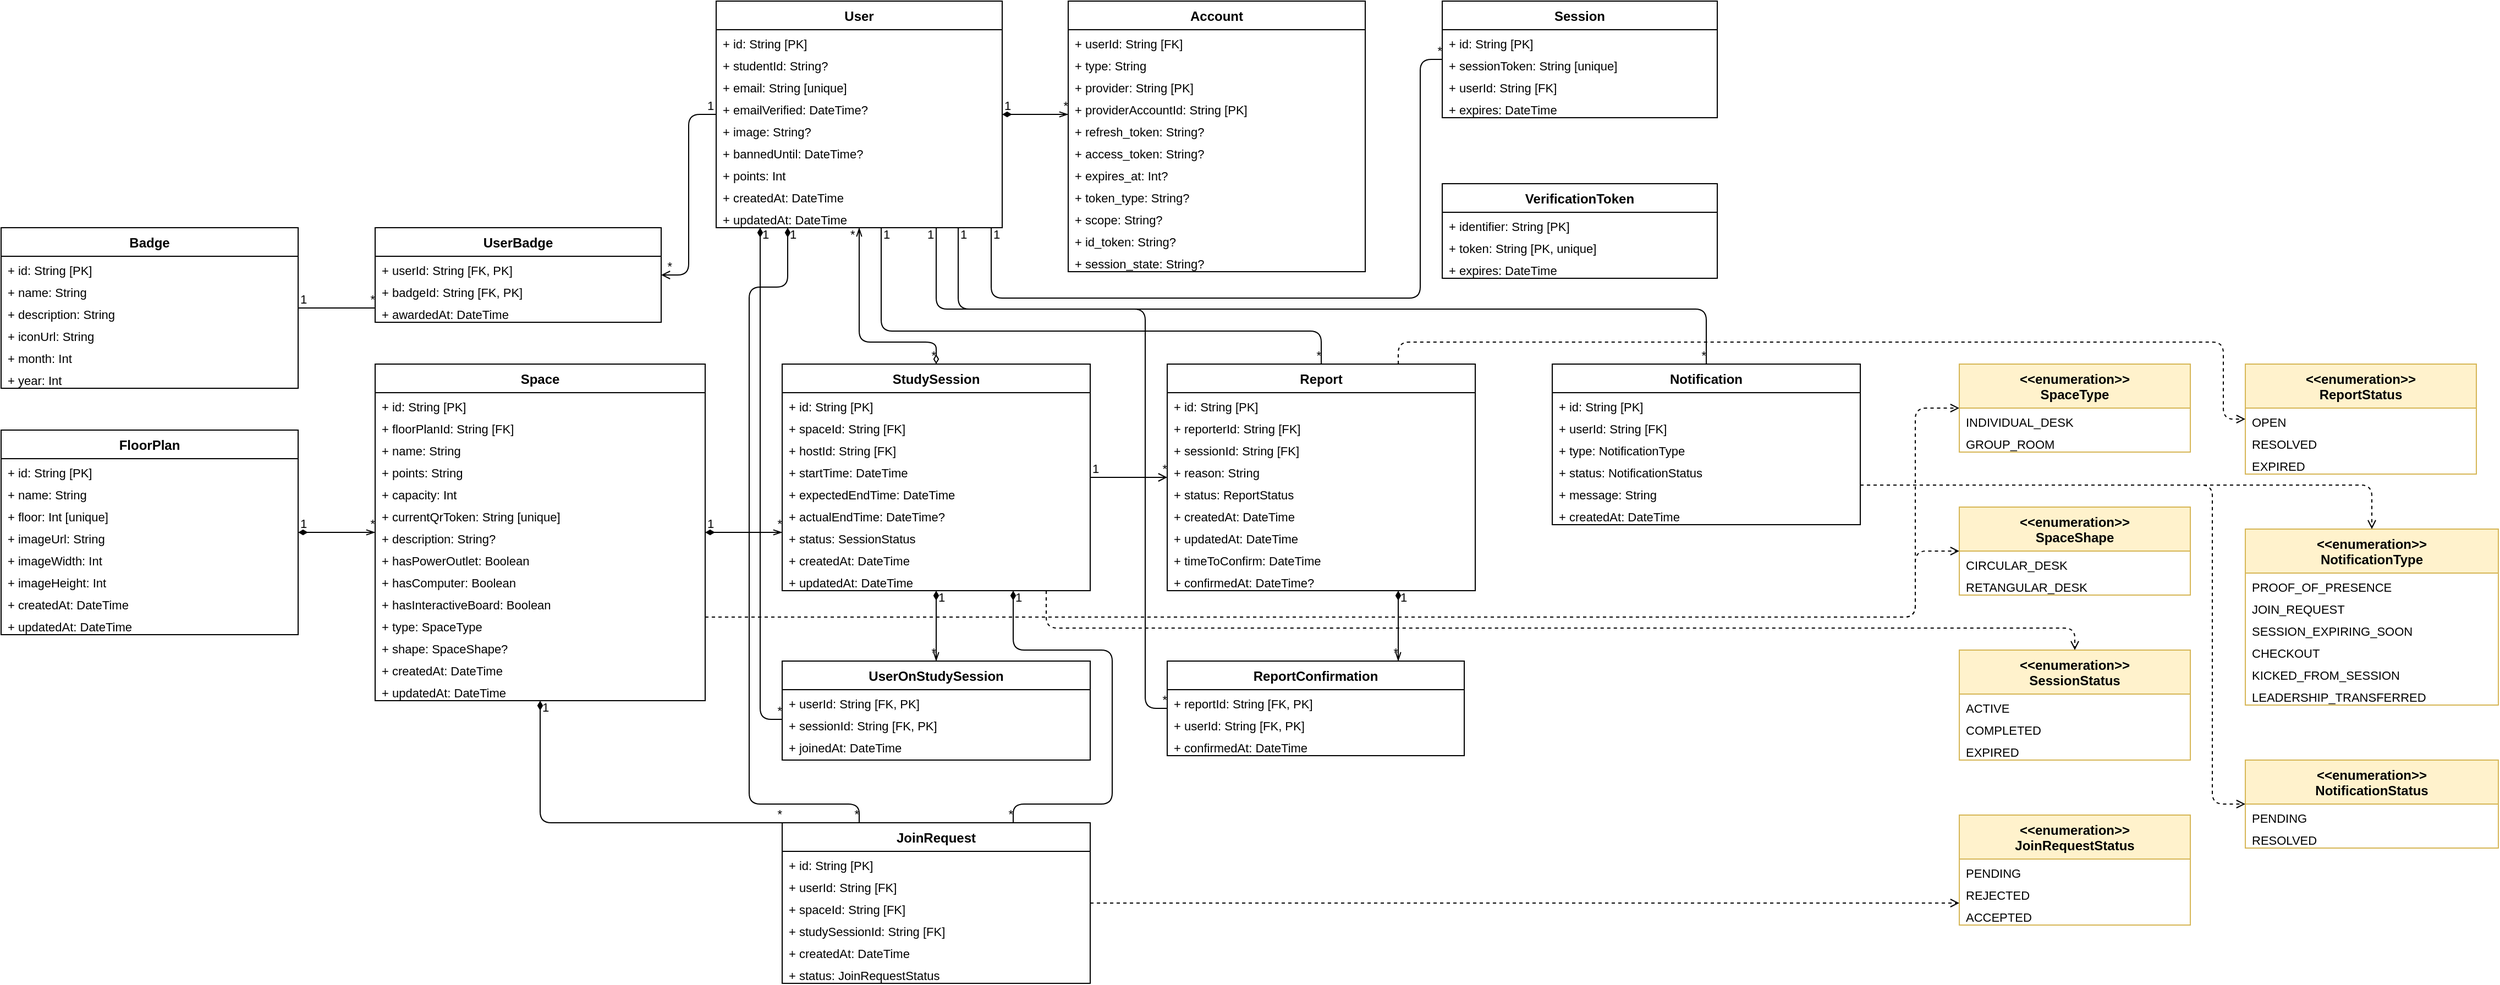
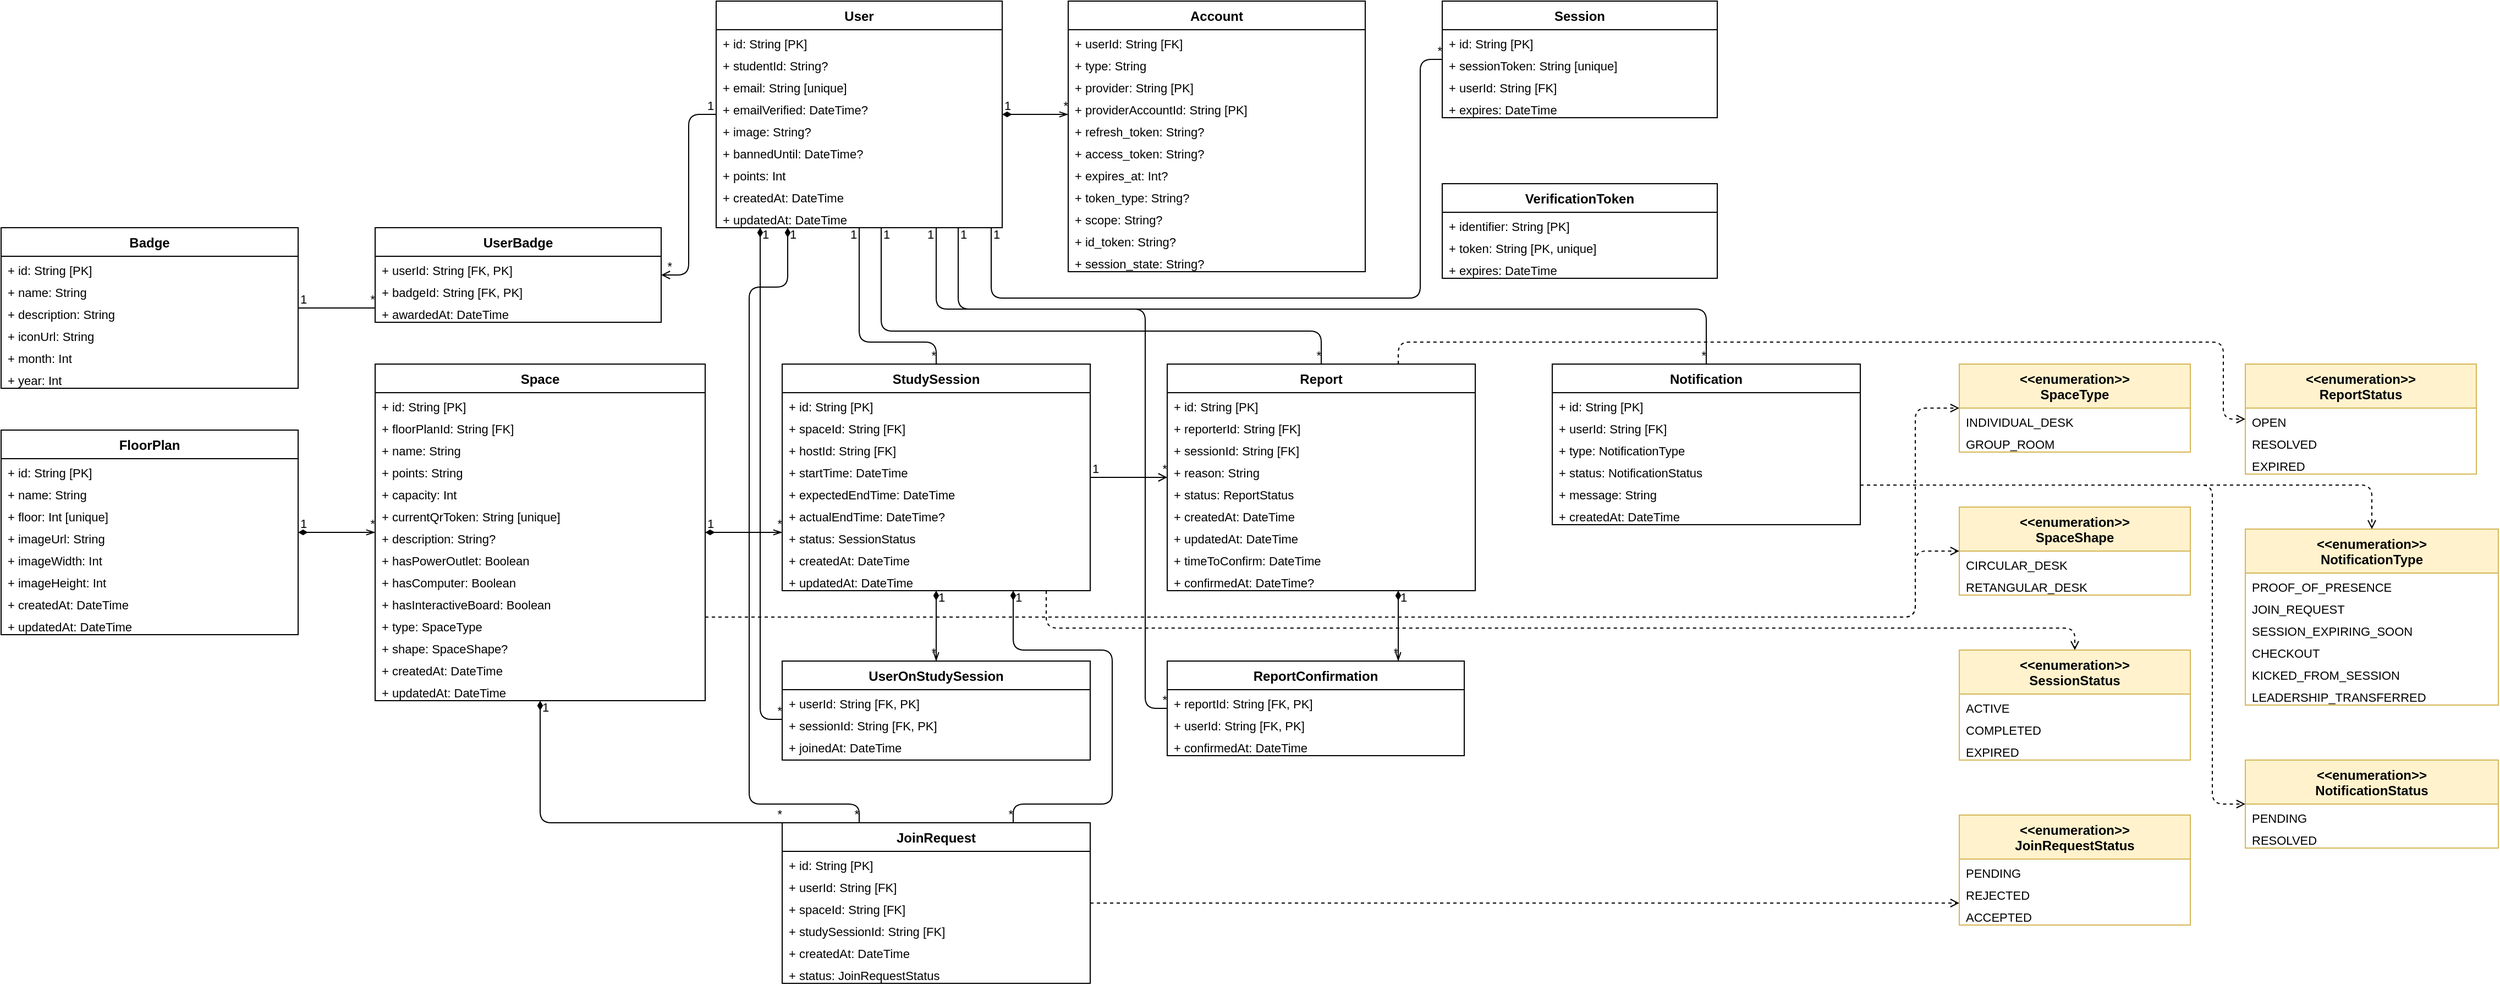
<mxfile host="65bd71144e">
    <diagram id="DdnBWMuHCvRa-rjZU-N_" name="Page-1">
-         <mxGraphModel dx="1468" dy="691" grid="1" gridSize="10" guides="1" tooltips="1" connect="1" arrows="1" fold="1" page="1" pageScale="1" pageWidth="2339" pageHeight="1654" math="0" shadow="0">
+         <mxGraphModel dx="1161" dy="576" grid="1" gridSize="10" guides="1" tooltips="1" connect="1" arrows="1" fold="1" page="1" pageScale="1" pageWidth="2339" pageHeight="1654" math="0" shadow="0">
            <root>
                <mxCell id="0"/>
                <mxCell id="1" parent="0"/>
                <mxCell id="768" value="User" style="swimlane;fontStyle=1;align=center;startSize=26;" parent="1" vertex="1">
                    <mxGeometry x="720" y="70" width="260" height="206" as="geometry"/>
                </mxCell>
                <mxCell id="769" value="+ id: String [PK]" style="text;strokeColor=none;fillColor=none;align=left;spacingLeft=4;fontSize=11;" parent="768" vertex="1">
                    <mxGeometry y="26" width="260" height="20" as="geometry"/>
                </mxCell>
                <mxCell id="770" value="+ studentId: String?" style="text;strokeColor=none;fillColor=none;align=left;spacingLeft=4;fontSize=11;" parent="768" vertex="1">
                    <mxGeometry y="46" width="260" height="20" as="geometry"/>
                </mxCell>
                <mxCell id="771" value="+ email: String [unique]" style="text;strokeColor=none;fillColor=none;align=left;spacingLeft=4;fontSize=11;" parent="768" vertex="1">
                    <mxGeometry y="66" width="260" height="20" as="geometry"/>
                </mxCell>
                <mxCell id="772" value="+ emailVerified: DateTime?" style="text;strokeColor=none;fillColor=none;align=left;spacingLeft=4;fontSize=11;" parent="768" vertex="1">
                    <mxGeometry y="86" width="260" height="20" as="geometry"/>
                </mxCell>
                <mxCell id="773" value="+ image: String?" style="text;strokeColor=none;fillColor=none;align=left;spacingLeft=4;fontSize=11;" parent="768" vertex="1">
                    <mxGeometry y="106" width="260" height="20" as="geometry"/>
                </mxCell>
                <mxCell id="774" value="+ bannedUntil: DateTime?" style="text;strokeColor=none;fillColor=none;align=left;spacingLeft=4;fontSize=11;" parent="768" vertex="1">
                    <mxGeometry y="126" width="260" height="20" as="geometry"/>
                </mxCell>
                <mxCell id="775" value="+ points: Int" style="text;strokeColor=none;fillColor=none;align=left;spacingLeft=4;fontSize=11;" parent="768" vertex="1">
                    <mxGeometry y="146" width="260" height="20" as="geometry"/>
                </mxCell>
                <mxCell id="776" value="+ createdAt: DateTime" style="text;strokeColor=none;fillColor=none;align=left;spacingLeft=4;fontSize=11;" parent="768" vertex="1">
                    <mxGeometry y="166" width="260" height="20" as="geometry"/>
                </mxCell>
                <mxCell id="777" value="+ updatedAt: DateTime" style="text;strokeColor=none;fillColor=none;align=left;spacingLeft=4;fontSize=11;" parent="768" vertex="1">
                    <mxGeometry y="186" width="260" height="20" as="geometry"/>
                </mxCell>
                <mxCell id="778" value="Account" style="swimlane;fontStyle=1;align=center;startSize=26;" parent="1" vertex="1">
                    <mxGeometry x="1040" y="70" width="270" height="246" as="geometry"/>
                </mxCell>
                <mxCell id="779" value="+ userId: String [FK]" style="text;strokeColor=none;fillColor=none;align=left;spacingLeft=4;fontSize=11;" parent="778" vertex="1">
                    <mxGeometry y="26" width="270" height="20" as="geometry"/>
                </mxCell>
                <mxCell id="780" value="+ type: String" style="text;strokeColor=none;fillColor=none;align=left;spacingLeft=4;fontSize=11;" parent="778" vertex="1">
                    <mxGeometry y="46" width="270" height="20" as="geometry"/>
                </mxCell>
                <mxCell id="781" value="+ provider: String [PK]" style="text;strokeColor=none;fillColor=none;align=left;spacingLeft=4;fontSize=11;" parent="778" vertex="1">
                    <mxGeometry y="66" width="270" height="20" as="geometry"/>
                </mxCell>
                <mxCell id="782" value="+ providerAccountId: String [PK]" style="text;strokeColor=none;fillColor=none;align=left;spacingLeft=4;fontSize=11;" parent="778" vertex="1">
                    <mxGeometry y="86" width="270" height="20" as="geometry"/>
                </mxCell>
                <mxCell id="783" value="+ refresh_token: String?" style="text;strokeColor=none;fillColor=none;align=left;spacingLeft=4;fontSize=11;" parent="778" vertex="1">
                    <mxGeometry y="106" width="270" height="20" as="geometry"/>
                </mxCell>
                <mxCell id="784" value="+ access_token: String?" style="text;strokeColor=none;fillColor=none;align=left;spacingLeft=4;fontSize=11;" parent="778" vertex="1">
                    <mxGeometry y="126" width="270" height="20" as="geometry"/>
                </mxCell>
                <mxCell id="785" value="+ expires_at: Int?" style="text;strokeColor=none;fillColor=none;align=left;spacingLeft=4;fontSize=11;" parent="778" vertex="1">
                    <mxGeometry y="146" width="270" height="20" as="geometry"/>
                </mxCell>
                <mxCell id="786" value="+ token_type: String?" style="text;strokeColor=none;fillColor=none;align=left;spacingLeft=4;fontSize=11;" parent="778" vertex="1">
                    <mxGeometry y="166" width="270" height="20" as="geometry"/>
                </mxCell>
                <mxCell id="787" value="+ scope: String?" style="text;strokeColor=none;fillColor=none;align=left;spacingLeft=4;fontSize=11;" parent="778" vertex="1">
                    <mxGeometry y="186" width="270" height="20" as="geometry"/>
                </mxCell>
                <mxCell id="788" value="+ id_token: String?" style="text;strokeColor=none;fillColor=none;align=left;spacingLeft=4;fontSize=11;" parent="778" vertex="1">
                    <mxGeometry y="206" width="270" height="20" as="geometry"/>
                </mxCell>
                <mxCell id="789" value="+ session_state: String?" style="text;strokeColor=none;fillColor=none;align=left;spacingLeft=4;fontSize=11;" parent="778" vertex="1">
                    <mxGeometry y="226" width="270" height="20" as="geometry"/>
                </mxCell>
                <mxCell id="790" value="Session" style="swimlane;fontStyle=1;align=center;startSize=26;" parent="1" vertex="1">
                    <mxGeometry x="1380" y="70" width="250" height="106" as="geometry"/>
                </mxCell>
                <mxCell id="791" value="+ id: String [PK]" style="text;strokeColor=none;fillColor=none;align=left;spacingLeft=4;fontSize=11;" parent="790" vertex="1">
                    <mxGeometry y="26" width="250" height="20" as="geometry"/>
                </mxCell>
                <mxCell id="792" value="+ sessionToken: String [unique]" style="text;strokeColor=none;fillColor=none;align=left;spacingLeft=4;fontSize=11;" parent="790" vertex="1">
                    <mxGeometry y="46" width="250" height="20" as="geometry"/>
                </mxCell>
                <mxCell id="793" value="+ userId: String [FK]" style="text;strokeColor=none;fillColor=none;align=left;spacingLeft=4;fontSize=11;" parent="790" vertex="1">
                    <mxGeometry y="66" width="250" height="20" as="geometry"/>
                </mxCell>
                <mxCell id="794" value="+ expires: DateTime" style="text;strokeColor=none;fillColor=none;align=left;spacingLeft=4;fontSize=11;" parent="790" vertex="1">
                    <mxGeometry y="86" width="250" height="20" as="geometry"/>
                </mxCell>
                <mxCell id="795" value="VerificationToken" style="swimlane;fontStyle=1;align=center;startSize=26;" parent="1" vertex="1">
                    <mxGeometry x="1380" y="236" width="250" height="86" as="geometry"/>
                </mxCell>
                <mxCell id="796" value="+ identifier: String [PK]" style="text;strokeColor=none;fillColor=none;align=left;spacingLeft=4;fontSize=11;" parent="795" vertex="1">
                    <mxGeometry y="26" width="250" height="20" as="geometry"/>
                </mxCell>
                <mxCell id="797" value="+ token: String [PK, unique]" style="text;strokeColor=none;fillColor=none;align=left;spacingLeft=4;fontSize=11;" parent="795" vertex="1">
                    <mxGeometry y="46" width="250" height="20" as="geometry"/>
                </mxCell>
                <mxCell id="798" value="+ expires: DateTime" style="text;strokeColor=none;fillColor=none;align=left;spacingLeft=4;fontSize=11;" parent="795" vertex="1">
                    <mxGeometry y="66" width="250" height="20" as="geometry"/>
                </mxCell>
                <mxCell id="799" value="FloorPlan" style="swimlane;fontStyle=1;align=center;startSize=26;" parent="1" vertex="1">
                    <mxGeometry x="70" y="460" width="270" height="186" as="geometry"/>
                </mxCell>
                <mxCell id="800" value="+ id: String [PK]" style="text;strokeColor=none;fillColor=none;align=left;spacingLeft=4;fontSize=11;" parent="799" vertex="1">
                    <mxGeometry y="26" width="270" height="20" as="geometry"/>
                </mxCell>
                <mxCell id="801" value="+ name: String" style="text;strokeColor=none;fillColor=none;align=left;spacingLeft=4;fontSize=11;" parent="799" vertex="1">
                    <mxGeometry y="46" width="270" height="20" as="geometry"/>
                </mxCell>
                <mxCell id="802" value="+ floor: Int [unique]" style="text;strokeColor=none;fillColor=none;align=left;spacingLeft=4;fontSize=11;" parent="799" vertex="1">
                    <mxGeometry y="66" width="270" height="20" as="geometry"/>
                </mxCell>
                <mxCell id="803" value="+ imageUrl: String" style="text;strokeColor=none;fillColor=none;align=left;spacingLeft=4;fontSize=11;" parent="799" vertex="1">
                    <mxGeometry y="86" width="270" height="20" as="geometry"/>
                </mxCell>
                <mxCell id="804" value="+ imageWidth: Int" style="text;strokeColor=none;fillColor=none;align=left;spacingLeft=4;fontSize=11;" parent="799" vertex="1">
                    <mxGeometry y="106" width="270" height="20" as="geometry"/>
                </mxCell>
                <mxCell id="805" value="+ imageHeight: Int" style="text;strokeColor=none;fillColor=none;align=left;spacingLeft=4;fontSize=11;" parent="799" vertex="1">
                    <mxGeometry y="126" width="270" height="20" as="geometry"/>
                </mxCell>
                <mxCell id="806" value="+ createdAt: DateTime" style="text;strokeColor=none;fillColor=none;align=left;spacingLeft=4;fontSize=11;" parent="799" vertex="1">
                    <mxGeometry y="146" width="270" height="20" as="geometry"/>
                </mxCell>
                <mxCell id="807" value="+ updatedAt: DateTime" style="text;strokeColor=none;fillColor=none;align=left;spacingLeft=4;fontSize=11;" parent="799" vertex="1">
                    <mxGeometry y="166" width="270" height="20" as="geometry"/>
                </mxCell>
                <mxCell id="808" value="Space" style="swimlane;fontStyle=1;align=center;startSize=26;" parent="1" vertex="1">
                    <mxGeometry x="410" y="400" width="300" height="306" as="geometry"/>
                </mxCell>
                <mxCell id="809" value="+ id: String [PK]" style="text;strokeColor=none;fillColor=none;align=left;spacingLeft=4;fontSize=11;" parent="808" vertex="1">
                    <mxGeometry y="26" width="300" height="20" as="geometry"/>
                </mxCell>
                <mxCell id="810" value="+ floorPlanId: String [FK]" style="text;strokeColor=none;fillColor=none;align=left;spacingLeft=4;fontSize=11;" parent="808" vertex="1">
                    <mxGeometry y="46" width="300" height="20" as="geometry"/>
                </mxCell>
                <mxCell id="811" value="+ name: String" style="text;strokeColor=none;fillColor=none;align=left;spacingLeft=4;fontSize=11;" parent="808" vertex="1">
                    <mxGeometry y="66" width="300" height="20" as="geometry"/>
                </mxCell>
                <mxCell id="812" value="+ points: String" style="text;strokeColor=none;fillColor=none;align=left;spacingLeft=4;fontSize=11;" parent="808" vertex="1">
                    <mxGeometry y="86" width="300" height="20" as="geometry"/>
                </mxCell>
                <mxCell id="813" value="+ capacity: Int" style="text;strokeColor=none;fillColor=none;align=left;spacingLeft=4;fontSize=11;" parent="808" vertex="1">
                    <mxGeometry y="106" width="300" height="20" as="geometry"/>
                </mxCell>
                <mxCell id="814" value="+ currentQrToken: String [unique]" style="text;strokeColor=none;fillColor=none;align=left;spacingLeft=4;fontSize=11;" parent="808" vertex="1">
                    <mxGeometry y="126" width="300" height="20" as="geometry"/>
                </mxCell>
                <mxCell id="815" value="+ description: String?" style="text;strokeColor=none;fillColor=none;align=left;spacingLeft=4;fontSize=11;" parent="808" vertex="1">
                    <mxGeometry y="146" width="300" height="20" as="geometry"/>
                </mxCell>
                <mxCell id="816" value="+ hasPowerOutlet: Boolean" style="text;strokeColor=none;fillColor=none;align=left;spacingLeft=4;fontSize=11;" parent="808" vertex="1">
                    <mxGeometry y="166" width="300" height="20" as="geometry"/>
                </mxCell>
                <mxCell id="817" value="+ hasComputer: Boolean" style="text;strokeColor=none;fillColor=none;align=left;spacingLeft=4;fontSize=11;" parent="808" vertex="1">
                    <mxGeometry y="186" width="300" height="20" as="geometry"/>
                </mxCell>
                <mxCell id="818" value="+ hasInteractiveBoard: Boolean" style="text;strokeColor=none;fillColor=none;align=left;spacingLeft=4;fontSize=11;" parent="808" vertex="1">
                    <mxGeometry y="206" width="300" height="20" as="geometry"/>
                </mxCell>
                <mxCell id="819" value="+ type: SpaceType" style="text;strokeColor=none;fillColor=none;align=left;spacingLeft=4;fontSize=11;" parent="808" vertex="1">
                    <mxGeometry y="226" width="300" height="20" as="geometry"/>
                </mxCell>
                <mxCell id="820" value="+ shape: SpaceShape?" style="text;strokeColor=none;fillColor=none;align=left;spacingLeft=4;fontSize=11;" parent="808" vertex="1">
                    <mxGeometry y="246" width="300" height="20" as="geometry"/>
                </mxCell>
                <mxCell id="821" value="+ createdAt: DateTime" style="text;strokeColor=none;fillColor=none;align=left;spacingLeft=4;fontSize=11;" parent="808" vertex="1">
                    <mxGeometry y="266" width="300" height="20" as="geometry"/>
                </mxCell>
                <mxCell id="822" value="+ updatedAt: DateTime" style="text;strokeColor=none;fillColor=none;align=left;spacingLeft=4;fontSize=11;" parent="808" vertex="1">
                    <mxGeometry y="286" width="300" height="20" as="geometry"/>
                </mxCell>
                <mxCell id="823" value="StudySession" style="swimlane;fontStyle=1;align=center;startSize=26;" parent="1" vertex="1">
                    <mxGeometry x="780" y="400" width="280" height="206" as="geometry"/>
                </mxCell>
                <mxCell id="824" value="+ id: String [PK]" style="text;strokeColor=none;fillColor=none;align=left;spacingLeft=4;fontSize=11;" parent="823" vertex="1">
                    <mxGeometry y="26" width="280" height="20" as="geometry"/>
                </mxCell>
                <mxCell id="825" value="+ spaceId: String [FK]" style="text;strokeColor=none;fillColor=none;align=left;spacingLeft=4;fontSize=11;" parent="823" vertex="1">
                    <mxGeometry y="46" width="280" height="20" as="geometry"/>
                </mxCell>
                <mxCell id="826" value="+ hostId: String [FK]" style="text;strokeColor=none;fillColor=none;align=left;spacingLeft=4;fontSize=11;" parent="823" vertex="1">
                    <mxGeometry y="66" width="280" height="20" as="geometry"/>
                </mxCell>
                <mxCell id="827" value="+ startTime: DateTime" style="text;strokeColor=none;fillColor=none;align=left;spacingLeft=4;fontSize=11;" parent="823" vertex="1">
                    <mxGeometry y="86" width="280" height="20" as="geometry"/>
                </mxCell>
                <mxCell id="828" value="+ expectedEndTime: DateTime" style="text;strokeColor=none;fillColor=none;align=left;spacingLeft=4;fontSize=11;" parent="823" vertex="1">
                    <mxGeometry y="106" width="280" height="20" as="geometry"/>
                </mxCell>
                <mxCell id="829" value="+ actualEndTime: DateTime?" style="text;strokeColor=none;fillColor=none;align=left;spacingLeft=4;fontSize=11;" parent="823" vertex="1">
                    <mxGeometry y="126" width="280" height="20" as="geometry"/>
                </mxCell>
                <mxCell id="830" value="+ status: SessionStatus" style="text;strokeColor=none;fillColor=none;align=left;spacingLeft=4;fontSize=11;" parent="823" vertex="1">
                    <mxGeometry y="146" width="280" height="20" as="geometry"/>
                </mxCell>
                <mxCell id="831" value="+ createdAt: DateTime" style="text;strokeColor=none;fillColor=none;align=left;spacingLeft=4;fontSize=11;" parent="823" vertex="1">
                    <mxGeometry y="166" width="280" height="20" as="geometry"/>
                </mxCell>
                <mxCell id="832" value="+ updatedAt: DateTime" style="text;strokeColor=none;fillColor=none;align=left;spacingLeft=4;fontSize=11;" parent="823" vertex="1">
                    <mxGeometry y="186" width="280" height="20" as="geometry"/>
                </mxCell>
                <mxCell id="833" value="UserOnStudySession" style="swimlane;fontStyle=1;align=center;startSize=26;" parent="1" vertex="1">
                    <mxGeometry x="780" y="670" width="280" height="90" as="geometry"/>
                </mxCell>
                <mxCell id="834" value="+ userId: String [FK, PK]" style="text;strokeColor=none;fillColor=none;align=left;spacingLeft=4;fontSize=11;" parent="833" vertex="1">
                    <mxGeometry y="26" width="280" height="20" as="geometry"/>
                </mxCell>
                <mxCell id="835" value="+ sessionId: String [FK, PK]" style="text;strokeColor=none;fillColor=none;align=left;spacingLeft=4;fontSize=11;" parent="833" vertex="1">
                    <mxGeometry y="46" width="280" height="20" as="geometry"/>
                </mxCell>
                <mxCell id="837" value="+ joinedAt: DateTime" style="text;strokeColor=none;fillColor=none;align=left;spacingLeft=4;fontSize=11;" parent="833" vertex="1">
                    <mxGeometry y="66" width="280" height="20" as="geometry"/>
                </mxCell>
                <mxCell id="838" value="Report" style="swimlane;fontStyle=1;align=center;startSize=26;" parent="1" vertex="1">
                    <mxGeometry x="1130" y="400" width="280" height="206" as="geometry"/>
                </mxCell>
                <mxCell id="839" value="+ id: String [PK]" style="text;strokeColor=none;fillColor=none;align=left;spacingLeft=4;fontSize=11;" parent="838" vertex="1">
                    <mxGeometry y="26" width="280" height="20" as="geometry"/>
                </mxCell>
                <mxCell id="840" value="+ reporterId: String [FK]" style="text;strokeColor=none;fillColor=none;align=left;spacingLeft=4;fontSize=11;" parent="838" vertex="1">
                    <mxGeometry y="46" width="280" height="20" as="geometry"/>
                </mxCell>
                <mxCell id="841" value="+ sessionId: String [FK]" style="text;strokeColor=none;fillColor=none;align=left;spacingLeft=4;fontSize=11;" parent="838" vertex="1">
                    <mxGeometry y="66" width="280" height="20" as="geometry"/>
                </mxCell>
                <mxCell id="842" value="+ reason: String" style="text;strokeColor=none;fillColor=none;align=left;spacingLeft=4;fontSize=11;" parent="838" vertex="1">
                    <mxGeometry y="86" width="280" height="20" as="geometry"/>
                </mxCell>
                <mxCell id="843" value="+ status: ReportStatus" style="text;strokeColor=none;fillColor=none;align=left;spacingLeft=4;fontSize=11;" parent="838" vertex="1">
                    <mxGeometry y="106" width="280" height="20" as="geometry"/>
                </mxCell>
                <mxCell id="844" value="+ createdAt: DateTime" style="text;strokeColor=none;fillColor=none;align=left;spacingLeft=4;fontSize=11;" parent="838" vertex="1">
                    <mxGeometry y="126" width="280" height="20" as="geometry"/>
                </mxCell>
                <mxCell id="845" value="+ updatedAt: DateTime" style="text;strokeColor=none;fillColor=none;align=left;spacingLeft=4;fontSize=11;" parent="838" vertex="1">
                    <mxGeometry y="146" width="280" height="20" as="geometry"/>
                </mxCell>
                <mxCell id="846" value="+ timeToConfirm: DateTime" style="text;strokeColor=none;fillColor=none;align=left;spacingLeft=4;fontSize=11;" parent="838" vertex="1">
                    <mxGeometry y="166" width="280" height="20" as="geometry"/>
                </mxCell>
                <mxCell id="847" value="+ confirmedAt: DateTime?" style="text;strokeColor=none;fillColor=none;align=left;spacingLeft=4;fontSize=11;" parent="838" vertex="1">
                    <mxGeometry y="186" width="280" height="20" as="geometry"/>
                </mxCell>
                <mxCell id="848" value="ReportConfirmation" style="swimlane;fontStyle=1;align=center;startSize=26;" parent="1" vertex="1">
                    <mxGeometry x="1130" y="670" width="270" height="86" as="geometry"/>
                </mxCell>
                <mxCell id="849" value="+ reportId: String [FK, PK]" style="text;strokeColor=none;fillColor=none;align=left;spacingLeft=4;fontSize=11;" parent="848" vertex="1">
                    <mxGeometry y="26" width="270" height="20" as="geometry"/>
                </mxCell>
                <mxCell id="850" value="+ userId: String [FK, PK]" style="text;strokeColor=none;fillColor=none;align=left;spacingLeft=4;fontSize=11;" parent="848" vertex="1">
                    <mxGeometry y="46" width="270" height="20" as="geometry"/>
                </mxCell>
                <mxCell id="851" value="+ confirmedAt: DateTime" style="text;strokeColor=none;fillColor=none;align=left;spacingLeft=4;fontSize=11;" parent="848" vertex="1">
                    <mxGeometry y="66" width="270" height="20" as="geometry"/>
                </mxCell>
                <mxCell id="852" value="Notification" style="swimlane;fontStyle=1;align=center;startSize=26;" parent="1" vertex="1">
                    <mxGeometry x="1480" y="400" width="280" height="146" as="geometry"/>
                </mxCell>
                <mxCell id="853" value="+ id: String [PK]" style="text;strokeColor=none;fillColor=none;align=left;spacingLeft=4;fontSize=11;" parent="852" vertex="1">
                    <mxGeometry y="26" width="280" height="20" as="geometry"/>
                </mxCell>
                <mxCell id="854" value="+ userId: String [FK]" style="text;strokeColor=none;fillColor=none;align=left;spacingLeft=4;fontSize=11;" parent="852" vertex="1">
                    <mxGeometry y="46" width="280" height="20" as="geometry"/>
                </mxCell>
                <mxCell id="855" value="+ type: NotificationType" style="text;strokeColor=none;fillColor=none;align=left;spacingLeft=4;fontSize=11;" parent="852" vertex="1">
                    <mxGeometry y="66" width="280" height="20" as="geometry"/>
                </mxCell>
                <mxCell id="856" value="+ status: NotificationStatus" style="text;strokeColor=none;fillColor=none;align=left;spacingLeft=4;fontSize=11;" parent="852" vertex="1">
                    <mxGeometry y="86" width="280" height="20" as="geometry"/>
                </mxCell>
                <mxCell id="857" value="+ message: String" style="text;strokeColor=none;fillColor=none;align=left;spacingLeft=4;fontSize=11;" parent="852" vertex="1">
                    <mxGeometry y="106" width="280" height="20" as="geometry"/>
                </mxCell>
                <mxCell id="858" value="+ createdAt: DateTime" style="text;strokeColor=none;fillColor=none;align=left;spacingLeft=4;fontSize=11;" parent="852" vertex="1">
                    <mxGeometry y="126" width="280" height="20" as="geometry"/>
                </mxCell>
                <mxCell id="859" value="Badge" style="swimlane;fontStyle=1;align=center;startSize=26;" parent="1" vertex="1">
                    <mxGeometry x="70" y="276" width="270" height="146" as="geometry"/>
                </mxCell>
                <mxCell id="860" value="+ id: String [PK]" style="text;strokeColor=none;fillColor=none;align=left;spacingLeft=4;fontSize=11;" parent="859" vertex="1">
                    <mxGeometry y="26" width="270" height="20" as="geometry"/>
                </mxCell>
                <mxCell id="861" value="+ name: String" style="text;strokeColor=none;fillColor=none;align=left;spacingLeft=4;fontSize=11;" parent="859" vertex="1">
                    <mxGeometry y="46" width="270" height="20" as="geometry"/>
                </mxCell>
                <mxCell id="862" value="+ description: String" style="text;strokeColor=none;fillColor=none;align=left;spacingLeft=4;fontSize=11;" parent="859" vertex="1">
                    <mxGeometry y="66" width="270" height="20" as="geometry"/>
                </mxCell>
                <mxCell id="863" value="+ iconUrl: String" style="text;strokeColor=none;fillColor=none;align=left;spacingLeft=4;fontSize=11;" parent="859" vertex="1">
                    <mxGeometry y="86" width="270" height="20" as="geometry"/>
                </mxCell>
                <mxCell id="864" value="+ month: Int" style="text;strokeColor=none;fillColor=none;align=left;spacingLeft=4;fontSize=11;" parent="859" vertex="1">
                    <mxGeometry y="106" width="270" height="20" as="geometry"/>
                </mxCell>
                <mxCell id="865" value="+ year: Int" style="text;strokeColor=none;fillColor=none;align=left;spacingLeft=4;fontSize=11;" parent="859" vertex="1">
                    <mxGeometry y="126" width="270" height="20" as="geometry"/>
                </mxCell>
                <mxCell id="866" value="UserBadge" style="swimlane;fontStyle=1;align=center;startSize=26;" parent="1" vertex="1">
                    <mxGeometry x="410" y="276" width="260" height="86" as="geometry"/>
                </mxCell>
                <mxCell id="867" value="+ userId: String [FK, PK]" style="text;strokeColor=none;fillColor=none;align=left;spacingLeft=4;fontSize=11;" parent="866" vertex="1">
                    <mxGeometry y="26" width="260" height="20" as="geometry"/>
                </mxCell>
                <mxCell id="868" value="+ badgeId: String [FK, PK]" style="text;strokeColor=none;fillColor=none;align=left;spacingLeft=4;fontSize=11;" parent="866" vertex="1">
                    <mxGeometry y="46" width="260" height="20" as="geometry"/>
                </mxCell>
                <mxCell id="869" value="+ awardedAt: DateTime" style="text;strokeColor=none;fillColor=none;align=left;spacingLeft=4;fontSize=11;" parent="866" vertex="1">
                    <mxGeometry y="66" width="260" height="20" as="geometry"/>
                </mxCell>
                <mxCell id="870" value="&lt;&lt;enumeration&gt;&gt;&#xa;SpaceType" style="swimlane;fontStyle=1;align=center;startSize=40;fillColor=#fff2cc;strokeColor=#d6b656;" parent="1" vertex="1">
                    <mxGeometry x="1850" y="400" width="210" height="80" as="geometry"/>
                </mxCell>
                <mxCell id="871" value="INDIVIDUAL_DESK" style="text;strokeColor=none;fillColor=none;align=left;spacingLeft=4;fontSize=11;" parent="870" vertex="1">
                    <mxGeometry y="40" width="210" height="20" as="geometry"/>
                </mxCell>
                <mxCell id="872" value="GROUP_ROOM" style="text;strokeColor=none;fillColor=none;align=left;spacingLeft=4;fontSize=11;" parent="870" vertex="1">
                    <mxGeometry y="60" width="210" height="20" as="geometry"/>
                </mxCell>
                <mxCell id="873" value="&lt;&lt;enumeration&gt;&gt;&#xa;SpaceShape" style="swimlane;fontStyle=1;align=center;startSize=40;fillColor=#fff2cc;strokeColor=#d6b656;" parent="1" vertex="1">
                    <mxGeometry x="1850" y="530" width="210" height="80" as="geometry"/>
                </mxCell>
                <mxCell id="874" value="CIRCULAR_DESK" style="text;strokeColor=none;fillColor=none;align=left;spacingLeft=4;fontSize=11;" parent="873" vertex="1">
                    <mxGeometry y="40" width="210" height="20" as="geometry"/>
                </mxCell>
                <mxCell id="875" value="RETANGULAR_DESK" style="text;strokeColor=none;fillColor=none;align=left;spacingLeft=4;fontSize=11;" parent="873" vertex="1">
                    <mxGeometry y="60" width="210" height="20" as="geometry"/>
                </mxCell>
                <mxCell id="876" value="&lt;&lt;enumeration&gt;&gt;&#xa;SessionStatus" style="swimlane;fontStyle=1;align=center;startSize=40;fillColor=#fff2cc;strokeColor=#d6b656;" parent="1" vertex="1">
                    <mxGeometry x="1850" y="660" width="210" height="100" as="geometry"/>
                </mxCell>
                <mxCell id="877" value="ACTIVE" style="text;strokeColor=none;fillColor=none;align=left;spacingLeft=4;fontSize=11;" parent="876" vertex="1">
                    <mxGeometry y="40" width="210" height="20" as="geometry"/>
                </mxCell>
                <mxCell id="878" value="COMPLETED" style="text;strokeColor=none;fillColor=none;align=left;spacingLeft=4;fontSize=11;" parent="876" vertex="1">
                    <mxGeometry y="60" width="210" height="20" as="geometry"/>
                </mxCell>
                <mxCell id="879" value="EXPIRED" style="text;strokeColor=none;fillColor=none;align=left;spacingLeft=4;fontSize=11;" parent="876" vertex="1">
                    <mxGeometry y="80" width="210" height="20" as="geometry"/>
                </mxCell>
                <mxCell id="880" value="&lt;&lt;enumeration&gt;&gt;&#xa;JoinRequestStatus" style="swimlane;fontStyle=1;align=center;startSize=40;fillColor=#fff2cc;strokeColor=#d6b656;" parent="1" vertex="1">
                    <mxGeometry x="1850" y="810" width="210" height="100" as="geometry"/>
                </mxCell>
                <mxCell id="883" value="REJECTED" style="text;strokeColor=none;fillColor=none;align=left;spacingLeft=4;fontSize=11;" parent="880" vertex="1">
                    <mxGeometry y="60" width="210" height="20" as="geometry"/>
                </mxCell>
                <mxCell id="882" value="PENDING" style="text;strokeColor=none;fillColor=none;align=left;spacingLeft=4;fontSize=11;" parent="880" vertex="1">
                    <mxGeometry y="40" width="210" height="20" as="geometry"/>
                </mxCell>
                <mxCell id="881" value="ACCEPTED" style="text;strokeColor=none;fillColor=none;align=left;spacingLeft=4;fontSize=11;" parent="880" vertex="1">
                    <mxGeometry y="80" width="210" height="20" as="geometry"/>
                </mxCell>
                <mxCell id="884" value="&lt;&lt;enumeration&gt;&gt;&#xa;ReportStatus" style="swimlane;fontStyle=1;align=center;startSize=40;fillColor=#fff2cc;strokeColor=#d6b656;" parent="1" vertex="1">
                    <mxGeometry x="2110" y="400" width="210" height="100" as="geometry"/>
                </mxCell>
                <mxCell id="885" value="OPEN" style="text;strokeColor=none;fillColor=none;align=left;spacingLeft=4;fontSize=11;" parent="884" vertex="1">
                    <mxGeometry y="40" width="210" height="20" as="geometry"/>
                </mxCell>
                <mxCell id="886" value="RESOLVED" style="text;strokeColor=none;fillColor=none;align=left;spacingLeft=4;fontSize=11;" parent="884" vertex="1">
                    <mxGeometry y="60" width="210" height="20" as="geometry"/>
                </mxCell>
                <mxCell id="887" value="EXPIRED" style="text;strokeColor=none;fillColor=none;align=left;spacingLeft=4;fontSize=11;" parent="884" vertex="1">
                    <mxGeometry y="80" width="210" height="20" as="geometry"/>
                </mxCell>
                <mxCell id="888" value="&lt;&lt;enumeration&gt;&gt;&#xa;NotificationType" style="swimlane;fontStyle=1;align=center;startSize=40;fillColor=#fff2cc;strokeColor=#d6b656;" parent="1" vertex="1">
                    <mxGeometry x="2110" y="550" width="230" height="160" as="geometry"/>
                </mxCell>
                <mxCell id="889" value="PROOF_OF_PRESENCE" style="text;strokeColor=none;fillColor=none;align=left;spacingLeft=4;fontSize=11;" parent="888" vertex="1">
                    <mxGeometry y="40" width="230" height="20" as="geometry"/>
                </mxCell>
                <mxCell id="890" value="JOIN_REQUEST" style="text;strokeColor=none;fillColor=none;align=left;spacingLeft=4;fontSize=11;" parent="888" vertex="1">
                    <mxGeometry y="60" width="230" height="20" as="geometry"/>
                </mxCell>
                <mxCell id="891" value="SESSION_EXPIRING_SOON" style="text;strokeColor=none;fillColor=none;align=left;spacingLeft=4;fontSize=11;" parent="888" vertex="1">
                    <mxGeometry y="80" width="230" height="20" as="geometry"/>
                </mxCell>
                <mxCell id="892" value="CHECKOUT" style="text;strokeColor=none;fillColor=none;align=left;spacingLeft=4;fontSize=11;" parent="888" vertex="1">
                    <mxGeometry y="100" width="230" height="20" as="geometry"/>
                </mxCell>
                <mxCell id="893" value="KICKED_FROM_SESSION" style="text;strokeColor=none;fillColor=none;align=left;spacingLeft=4;fontSize=11;" parent="888" vertex="1">
                    <mxGeometry y="120" width="230" height="20" as="geometry"/>
                </mxCell>
                <mxCell id="894" value="LEADERSHIP_TRANSFERRED" style="text;strokeColor=none;fillColor=none;align=left;spacingLeft=4;fontSize=11;" parent="888" vertex="1">
                    <mxGeometry y="140" width="230" height="20" as="geometry"/>
                </mxCell>
                <mxCell id="895" value="&lt;&lt;enumeration&gt;&gt;&#xa;NotificationStatus" style="swimlane;fontStyle=1;align=center;startSize=40;fillColor=#fff2cc;strokeColor=#d6b656;" parent="1" vertex="1">
                    <mxGeometry x="2110" y="760" width="230" height="80" as="geometry"/>
                </mxCell>
                <mxCell id="896" value="PENDING" style="text;strokeColor=none;fillColor=none;align=left;spacingLeft=4;fontSize=11;" parent="895" vertex="1">
                    <mxGeometry y="40" width="230" height="20" as="geometry"/>
                </mxCell>
                <mxCell id="897" value="RESOLVED" style="text;strokeColor=none;fillColor=none;align=left;spacingLeft=4;fontSize=11;" parent="895" vertex="1">
                    <mxGeometry y="60" width="230" height="20" as="geometry"/>
                </mxCell>
                <mxCell id="898" value="" style="edgeStyle=orthogonalEdgeStyle;endArrow=openThin;endFill=0;startArrow=diamondThin;startFill=1;" parent="1" source="768" target="778" edge="1">
                    <mxGeometry relative="1" as="geometry">
                        <Array as="points">
                            <mxPoint x="980" y="170"/>
                            <mxPoint x="980" y="170"/>
                        </Array>
                    </mxGeometry>
                </mxCell>
                <mxCell id="899" value="1" style="resizable=0;html=1;align=left;verticalAlign=bottom;labelBackgroundColor=none;fontSize=11;" parent="898" connectable="0" vertex="1">
                    <mxGeometry x="-1" relative="1" as="geometry">
                        <mxPoint as="offset"/>
                    </mxGeometry>
                </mxCell>
                <mxCell id="900" value="*" style="resizable=0;html=1;align=right;verticalAlign=bottom;labelBackgroundColor=none;fontSize=11;" parent="898" connectable="0" vertex="1">
                    <mxGeometry x="1" relative="1" as="geometry">
                        <mxPoint as="offset"/>
                    </mxGeometry>
                </mxCell>
                <mxCell id="901" value="" style="edgeStyle=orthogonalEdgeStyle;endArrow=none;endFill=0;startArrow=none;startFill=0;" parent="1" source="768" target="790" edge="1">
                    <mxGeometry relative="1" as="geometry">
                        <Array as="points">
                            <mxPoint x="970" y="340"/>
                            <mxPoint x="1360" y="340"/>
                            <mxPoint x="1360" y="123"/>
                        </Array>
                    </mxGeometry>
                </mxCell>
                <mxCell id="902" value="1" style="resizable=0;html=1;align=left;verticalAlign=bottom;labelBackgroundColor=none;fontSize=11;" parent="901" connectable="0" vertex="1">
                    <mxGeometry x="-1" relative="1" as="geometry">
                        <mxPoint y="14" as="offset"/>
                    </mxGeometry>
                </mxCell>
                <mxCell id="903" value="*" style="resizable=0;html=1;align=right;verticalAlign=bottom;labelBackgroundColor=none;fontSize=11;" parent="901" connectable="0" vertex="1">
                    <mxGeometry x="1" relative="1" as="geometry">
                        <mxPoint as="offset"/>
                    </mxGeometry>
                </mxCell>
                <mxCell id="904" value="" style="edgeStyle=orthogonalEdgeStyle;endArrow=openThin;endFill=0;startArrow=diamondThin;startFill=1;" parent="1" source="799" target="808" edge="1">
                    <mxGeometry relative="1" as="geometry"/>
                </mxCell>
                <mxCell id="905" value="1" style="resizable=0;html=1;align=left;verticalAlign=bottom;labelBackgroundColor=none;fontSize=11;" parent="904" connectable="0" vertex="1">
                    <mxGeometry x="-1" relative="1" as="geometry">
                        <mxPoint as="offset"/>
                    </mxGeometry>
                </mxCell>
                <mxCell id="906" value="*" style="resizable=0;html=1;align=right;verticalAlign=bottom;labelBackgroundColor=none;fontSize=11;" parent="904" connectable="0" vertex="1">
                    <mxGeometry x="1" relative="1" as="geometry">
                        <mxPoint as="offset"/>
                    </mxGeometry>
                </mxCell>
                <mxCell id="907" value="" style="edgeStyle=orthogonalEdgeStyle;endArrow=openThin;endFill=0;startArrow=diamondThin;startFill=1;" parent="1" source="808" target="823" edge="1">
                    <mxGeometry relative="1" as="geometry">
                        <Array as="points">
                            <mxPoint x="760" y="553"/>
                            <mxPoint x="760" y="553"/>
                        </Array>
                    </mxGeometry>
                </mxCell>
                <mxCell id="908" value="1" style="resizable=0;html=1;align=left;verticalAlign=bottom;labelBackgroundColor=none;fontSize=11;" parent="907" connectable="0" vertex="1">
                    <mxGeometry x="-1" relative="1" as="geometry">
                        <mxPoint as="offset"/>
                    </mxGeometry>
                </mxCell>
                <mxCell id="909" value="*" style="resizable=0;html=1;align=right;verticalAlign=bottom;labelBackgroundColor=none;fontSize=11;" parent="907" connectable="0" vertex="1">
                    <mxGeometry x="1" relative="1" as="geometry">
                        <mxPoint as="offset"/>
                    </mxGeometry>
                </mxCell>
-                 <mxCell id="910" value="" style="edgeStyle=orthogonalEdgeStyle;endArrow=diamondThin;endFill=0;startArrow=openThin;startFill=0;" parent="1" source="768" target="823" edge="1">
+                 <mxCell id="910" value="" style="edgeStyle=orthogonalEdgeStyle;endArrow=none;endFill=0;startArrow=none;startFill=0;" parent="1" source="768" target="823" edge="1">
                    <mxGeometry relative="1" as="geometry">
                        <Array as="points">
                            <mxPoint x="850" y="380"/>
                            <mxPoint x="920" y="380"/>
                        </Array>
                    </mxGeometry>
                </mxCell>
-                 <mxCell id="911" value="*" style="resizable=0;html=1;align=left;verticalAlign=bottom;labelBackgroundColor=none;fontSize=11;" parent="910" connectable="0" vertex="1">
+                 <mxCell id="911" value="1" style="resizable=0;html=1;align=left;verticalAlign=bottom;labelBackgroundColor=none;fontSize=11;" parent="910" connectable="0" vertex="1">
                    <mxGeometry x="-1" relative="1" as="geometry">
                        <mxPoint x="-10" y="14" as="offset"/>
                    </mxGeometry>
                </mxCell>
                <mxCell id="912" value="*" style="resizable=0;html=1;align=right;verticalAlign=bottom;labelBackgroundColor=none;fontSize=11;" parent="910" connectable="0" vertex="1">
                    <mxGeometry x="1" relative="1" as="geometry">
                        <mxPoint as="offset"/>
                    </mxGeometry>
                </mxCell>
                <mxCell id="913" value="" style="edgeStyle=orthogonalEdgeStyle;endArrow=openThin;endFill=0;startArrow=diamondThin;startFill=1;" parent="1" source="823" target="833" edge="1">
                    <mxGeometry relative="1" as="geometry"/>
                </mxCell>
                <mxCell id="914" value="1" style="resizable=0;html=1;align=left;verticalAlign=bottom;labelBackgroundColor=none;fontSize=11;" parent="913" connectable="0" vertex="1">
                    <mxGeometry x="-1" relative="1" as="geometry">
                        <mxPoint y="14" as="offset"/>
                    </mxGeometry>
                </mxCell>
                <mxCell id="915" value="*" style="resizable=0;html=1;align=right;verticalAlign=bottom;labelBackgroundColor=none;fontSize=11;" parent="913" connectable="0" vertex="1">
                    <mxGeometry x="1" relative="1" as="geometry">
                        <mxPoint as="offset"/>
                    </mxGeometry>
                </mxCell>
                <mxCell id="916" value="" style="edgeStyle=orthogonalEdgeStyle;endArrow=none;endFill=0;startArrow=diamondThin;startFill=1;" parent="1" source="768" target="833" edge="1">
                    <mxGeometry relative="1" as="geometry">
                        <Array as="points">
                            <mxPoint x="760" y="723"/>
                        </Array>
                    </mxGeometry>
                </mxCell>
                <mxCell id="917" value="1" style="resizable=0;html=1;align=left;verticalAlign=bottom;labelBackgroundColor=none;fontSize=11;" parent="916" connectable="0" vertex="1">
                    <mxGeometry x="-1" relative="1" as="geometry">
                        <mxPoint y="14" as="offset"/>
                    </mxGeometry>
                </mxCell>
                <mxCell id="918" value="*" style="resizable=0;html=1;align=right;verticalAlign=bottom;labelBackgroundColor=none;fontSize=11;" parent="916" connectable="0" vertex="1">
                    <mxGeometry x="1" relative="1" as="geometry">
                        <mxPoint as="offset"/>
                    </mxGeometry>
                </mxCell>
                <mxCell id="919" value="" style="edgeStyle=orthogonalEdgeStyle;endArrow=open;endFill=0;" parent="1" source="823" target="838" edge="1">
                    <mxGeometry relative="1" as="geometry"/>
                </mxCell>
                <mxCell id="920" value="1" style="resizable=0;html=1;align=left;verticalAlign=bottom;labelBackgroundColor=none;fontSize=11;" parent="919" connectable="0" vertex="1">
                    <mxGeometry x="-1" relative="1" as="geometry">
                        <mxPoint as="offset"/>
                    </mxGeometry>
                </mxCell>
                <mxCell id="921" value="*" style="resizable=0;html=1;align=right;verticalAlign=bottom;labelBackgroundColor=none;fontSize=11;" parent="919" connectable="0" vertex="1">
                    <mxGeometry x="1" relative="1" as="geometry">
                        <mxPoint as="offset"/>
                    </mxGeometry>
                </mxCell>
                <mxCell id="922" value="" style="edgeStyle=orthogonalEdgeStyle;endArrow=none;endFill=0;" parent="1" source="768" target="838" edge="1">
                    <mxGeometry x="0.0008" relative="1" as="geometry">
                        <Array as="points">
                            <mxPoint x="870" y="370"/>
                            <mxPoint x="1270" y="370"/>
                        </Array>
                        <mxPoint as="offset"/>
                    </mxGeometry>
                </mxCell>
                <mxCell id="923" value="1" style="resizable=0;html=1;align=left;verticalAlign=bottom;labelBackgroundColor=none;fontSize=11;" parent="922" connectable="0" vertex="1">
                    <mxGeometry x="-1" relative="1" as="geometry">
                        <mxPoint y="14" as="offset"/>
                    </mxGeometry>
                </mxCell>
                <mxCell id="924" value="*" style="resizable=0;html=1;align=right;verticalAlign=bottom;labelBackgroundColor=none;fontSize=11;" parent="922" connectable="0" vertex="1">
                    <mxGeometry x="1" relative="1" as="geometry">
                        <mxPoint as="offset"/>
                    </mxGeometry>
                </mxCell>
                <mxCell id="925" value="" style="edgeStyle=orthogonalEdgeStyle;endArrow=openThin;endFill=0;exitX=0.75;exitY=1;exitDx=0;exitDy=0;startArrow=diamondThin;startFill=1;" parent="1" source="847" edge="1">
                    <mxGeometry relative="1" as="geometry">
                        <Array as="points">
                            <mxPoint x="1340" y="670"/>
                        </Array>
                        <mxPoint x="1340" y="670" as="targetPoint"/>
                    </mxGeometry>
                </mxCell>
                <mxCell id="926" value="1" style="resizable=0;html=1;align=left;verticalAlign=bottom;labelBackgroundColor=none;fontSize=11;" parent="925" connectable="0" vertex="1">
                    <mxGeometry x="-1" relative="1" as="geometry">
                        <mxPoint y="14" as="offset"/>
                    </mxGeometry>
                </mxCell>
                <mxCell id="927" value="*" style="resizable=0;html=1;align=right;verticalAlign=bottom;labelBackgroundColor=none;fontSize=11;" parent="925" connectable="0" vertex="1">
                    <mxGeometry x="1" relative="1" as="geometry">
                        <mxPoint as="offset"/>
                    </mxGeometry>
                </mxCell>
                <mxCell id="928" value="" style="edgeStyle=orthogonalEdgeStyle;endArrow=none;endFill=0;" parent="1" source="768" target="848" edge="1">
                    <mxGeometry relative="1" as="geometry">
                        <Array as="points">
                            <mxPoint x="940" y="350"/>
                            <mxPoint x="1110" y="350"/>
                            <mxPoint x="1110" y="713"/>
                        </Array>
                    </mxGeometry>
                </mxCell>
                <mxCell id="929" value="1" style="resizable=0;html=1;align=left;verticalAlign=bottom;labelBackgroundColor=none;fontSize=11;" parent="928" connectable="0" vertex="1">
                    <mxGeometry x="-1" relative="1" as="geometry">
                        <mxPoint y="14" as="offset"/>
                    </mxGeometry>
                </mxCell>
                <mxCell id="930" value="*" style="resizable=0;html=1;align=right;verticalAlign=bottom;labelBackgroundColor=none;fontSize=11;" parent="928" connectable="0" vertex="1">
                    <mxGeometry x="1" relative="1" as="geometry">
                        <mxPoint as="offset"/>
                    </mxGeometry>
                </mxCell>
                <mxCell id="931" value="" style="edgeStyle=orthogonalEdgeStyle;endArrow=none;endFill=0;" parent="1" source="768" target="852" edge="1">
                    <mxGeometry relative="1" as="geometry">
                        <Array as="points">
                            <mxPoint x="920" y="350"/>
                            <mxPoint x="1620" y="350"/>
                        </Array>
                    </mxGeometry>
                </mxCell>
                <mxCell id="932" value="1" style="resizable=0;html=1;align=left;verticalAlign=bottom;labelBackgroundColor=none;fontSize=11;" parent="931" connectable="0" vertex="1">
                    <mxGeometry x="-1" relative="1" as="geometry">
                        <mxPoint x="-10" y="14" as="offset"/>
                    </mxGeometry>
                </mxCell>
                <mxCell id="933" value="*" style="resizable=0;html=1;align=right;verticalAlign=bottom;labelBackgroundColor=none;fontSize=11;" parent="931" connectable="0" vertex="1">
                    <mxGeometry x="1" relative="1" as="geometry">
                        <mxPoint as="offset"/>
                    </mxGeometry>
                </mxCell>
                <mxCell id="934" value="" style="edgeStyle=orthogonalEdgeStyle;endArrow=open;endFill=0;" parent="1" source="768" target="866" edge="1">
                    <mxGeometry relative="1" as="geometry"/>
                </mxCell>
                <mxCell id="935" value="1" style="resizable=0;html=1;align=left;verticalAlign=bottom;labelBackgroundColor=none;fontSize=11;" parent="934" connectable="0" vertex="1">
                    <mxGeometry x="-1" relative="1" as="geometry">
                        <mxPoint x="-10" as="offset"/>
                    </mxGeometry>
                </mxCell>
                <mxCell id="936" value="*" style="resizable=0;html=1;align=right;verticalAlign=bottom;labelBackgroundColor=none;fontSize=11;" parent="934" connectable="0" vertex="1">
                    <mxGeometry x="1" relative="1" as="geometry">
                        <mxPoint x="10" as="offset"/>
                    </mxGeometry>
                </mxCell>
                <mxCell id="937" value="" style="edgeStyle=orthogonalEdgeStyle;endArrow=none;endFill=0;" parent="1" source="859" target="866" edge="1">
                    <mxGeometry relative="1" as="geometry">
                        <Array as="points">
                            <mxPoint x="205" y="320"/>
                        </Array>
                    </mxGeometry>
                </mxCell>
                <mxCell id="938" value="1" style="resizable=0;html=1;align=left;verticalAlign=bottom;labelBackgroundColor=none;fontSize=11;" parent="937" connectable="0" vertex="1">
                    <mxGeometry x="-1" relative="1" as="geometry">
                        <mxPoint as="offset"/>
                    </mxGeometry>
                </mxCell>
                <mxCell id="939" value="*" style="resizable=0;html=1;align=right;verticalAlign=bottom;labelBackgroundColor=none;fontSize=11;" parent="937" connectable="0" vertex="1">
                    <mxGeometry x="1" relative="1" as="geometry">
                        <mxPoint as="offset"/>
                    </mxGeometry>
                </mxCell>
                <mxCell id="940" value="" style="edgeStyle=orthogonalEdgeStyle;dashed=1;endArrow=open;endFill=0;" parent="1" source="808" target="870" edge="1">
                    <mxGeometry relative="1" as="geometry">
                        <Array as="points">
                            <mxPoint x="1810" y="630"/>
                            <mxPoint x="1810" y="440"/>
                        </Array>
                    </mxGeometry>
                </mxCell>
                <mxCell id="941" value="" style="edgeStyle=orthogonalEdgeStyle;dashed=1;endArrow=open;endFill=0;" parent="1" source="808" target="873" edge="1">
                    <mxGeometry relative="1" as="geometry">
                        <Array as="points">
                            <mxPoint x="1810" y="630"/>
                            <mxPoint x="1810" y="570"/>
                        </Array>
                    </mxGeometry>
                </mxCell>
                <mxCell id="942" value="" style="edgeStyle=orthogonalEdgeStyle;dashed=1;endArrow=open;endFill=0;" parent="1" source="823" target="876" edge="1">
                    <mxGeometry relative="1" as="geometry">
                        <Array as="points">
                            <mxPoint x="1020" y="640"/>
                            <mxPoint x="1955" y="640"/>
                        </Array>
                    </mxGeometry>
                </mxCell>
                <mxCell id="943" value="" style="edgeStyle=orthogonalEdgeStyle;dashed=1;endArrow=open;endFill=0;exitX=1;exitY=0.5;exitDx=0;exitDy=0;" parent="1" source="947" target="880" edge="1">
                    <mxGeometry relative="1" as="geometry">
                        <Array as="points">
                            <mxPoint x="1450" y="890"/>
                            <mxPoint x="1450" y="890"/>
                        </Array>
                        <mxPoint x="1090" y="880" as="sourcePoint"/>
                    </mxGeometry>
                </mxCell>
                <mxCell id="944" value="" style="edgeStyle=orthogonalEdgeStyle;dashed=1;endArrow=open;endFill=0;exitX=0.75;exitY=0;exitDx=0;exitDy=0;" parent="1" source="838" target="884" edge="1">
                    <mxGeometry relative="1" as="geometry">
                        <Array as="points">
                            <mxPoint x="1340" y="380"/>
                            <mxPoint x="2090" y="380"/>
                            <mxPoint x="2090" y="450"/>
                        </Array>
                    </mxGeometry>
                </mxCell>
                <mxCell id="945" value="" style="edgeStyle=orthogonalEdgeStyle;dashed=1;endArrow=open;endFill=0;" parent="1" source="852" target="888" edge="1">
                    <mxGeometry relative="1" as="geometry">
                        <Array as="points">
                            <mxPoint x="2225" y="510"/>
                        </Array>
                    </mxGeometry>
                </mxCell>
                <mxCell id="946" value="" style="edgeStyle=orthogonalEdgeStyle;dashed=1;endArrow=open;endFill=0;" parent="1" source="852" target="895" edge="1">
                    <mxGeometry relative="1" as="geometry">
                        <Array as="points">
                            <mxPoint x="2080" y="510"/>
                            <mxPoint x="2080" y="800"/>
                        </Array>
                    </mxGeometry>
                </mxCell>
-                 <mxCell id="947" value="JoinRequest" style="swimlane;fontStyle=1;align=center;startSize=26;" vertex="1" parent="1">
+                 <mxCell id="947" value="JoinRequest" style="swimlane;fontStyle=1;align=center;startSize=26;" parent="1" vertex="1">
                    <mxGeometry x="780" y="817" width="280" height="146" as="geometry"/>
                </mxCell>
-                 <mxCell id="948" value="+ id: String [PK]" style="text;strokeColor=none;fillColor=none;align=left;spacingLeft=4;fontSize=11;" vertex="1" parent="947">
+                 <mxCell id="948" value="+ id: String [PK]" style="text;strokeColor=none;fillColor=none;align=left;spacingLeft=4;fontSize=11;" parent="947" vertex="1">
                    <mxGeometry y="26" width="260" height="20" as="geometry"/>
                </mxCell>
-                 <mxCell id="949" value="+ userId: String [FK]" style="text;strokeColor=none;fillColor=none;align=left;spacingLeft=4;fontSize=11;" vertex="1" parent="947">
+                 <mxCell id="949" value="+ userId: String [FK]" style="text;strokeColor=none;fillColor=none;align=left;spacingLeft=4;fontSize=11;" parent="947" vertex="1">
                    <mxGeometry y="46" width="260" height="20" as="geometry"/>
                </mxCell>
-                 <mxCell id="950" value="+ spaceId: String [FK]" style="text;strokeColor=none;fillColor=none;align=left;spacingLeft=4;fontSize=11;" vertex="1" parent="947">
+                 <mxCell id="950" value="+ spaceId: String [FK]" style="text;strokeColor=none;fillColor=none;align=left;spacingLeft=4;fontSize=11;" parent="947" vertex="1">
                    <mxGeometry y="66" width="260" height="20" as="geometry"/>
                </mxCell>
-                 <mxCell id="951" value="+ studySessionId: String [FK]" style="text;strokeColor=none;fillColor=none;align=left;spacingLeft=4;fontSize=11;" vertex="1" parent="947">
+                 <mxCell id="951" value="+ studySessionId: String [FK]" style="text;strokeColor=none;fillColor=none;align=left;spacingLeft=4;fontSize=11;" parent="947" vertex="1">
                    <mxGeometry y="86" width="260" height="20" as="geometry"/>
                </mxCell>
-                 <mxCell id="952" value="+ createdAt: DateTime" style="text;strokeColor=none;fillColor=none;align=left;spacingLeft=4;fontSize=11;" vertex="1" parent="947">
+                 <mxCell id="952" value="+ createdAt: DateTime" style="text;strokeColor=none;fillColor=none;align=left;spacingLeft=4;fontSize=11;" parent="947" vertex="1">
                    <mxGeometry y="106" width="260" height="20" as="geometry"/>
                </mxCell>
-                 <mxCell id="953" value="+ status: JoinRequestStatus" style="text;strokeColor=none;fillColor=none;align=left;spacingLeft=4;fontSize=11;" vertex="1" parent="947">
+                 <mxCell id="953" value="+ status: JoinRequestStatus" style="text;strokeColor=none;fillColor=none;align=left;spacingLeft=4;fontSize=11;" parent="947" vertex="1">
                    <mxGeometry y="126" width="260" height="20" as="geometry"/>
                </mxCell>
-                 <mxCell id="958" value="" style="edgeStyle=orthogonalEdgeStyle;endArrow=none;endFill=0;startArrow=diamondThin;startFill=1;entryX=0.25;entryY=0;entryDx=0;entryDy=0;exitX=0.25;exitY=1;exitDx=0;exitDy=0;" edge="1" parent="1" source="777" target="947">
+                 <mxCell id="958" value="" style="edgeStyle=orthogonalEdgeStyle;endArrow=none;endFill=0;startArrow=diamondThin;startFill=1;entryX=0.25;entryY=0;entryDx=0;entryDy=0;exitX=0.25;exitY=1;exitDx=0;exitDy=0;" parent="1" source="777" target="947" edge="1">
                    <mxGeometry relative="1" as="geometry">
                        <Array as="points">
                            <mxPoint x="785" y="330"/>
                            <mxPoint x="750" y="330"/>
                            <mxPoint x="750" y="800"/>
                            <mxPoint x="850" y="800"/>
                        </Array>
                        <mxPoint x="780" y="270" as="sourcePoint"/>
                        <mxPoint x="790" y="733" as="targetPoint"/>
                    </mxGeometry>
                </mxCell>
-                 <mxCell id="959" value="1" style="resizable=0;html=1;align=left;verticalAlign=bottom;labelBackgroundColor=none;fontSize=11;" connectable="0" vertex="1" parent="958">
-                     <mxGeometry x="-1" relative="1" as="geometry">
-                         <mxPoint y="14" as="offset"/>
-                     </mxGeometry>
-                 </mxCell>
-                 <mxCell id="960" value="*" style="resizable=0;html=1;align=right;verticalAlign=bottom;labelBackgroundColor=none;fontSize=11;" connectable="0" vertex="1" parent="958">
-                     <mxGeometry x="1" relative="1" as="geometry">
-                         <mxPoint as="offset"/>
-                     </mxGeometry>
-                 </mxCell>
-                 <mxCell id="961" value="" style="edgeStyle=orthogonalEdgeStyle;endArrow=none;endFill=0;startArrow=diamondThin;startFill=1;entryX=0.75;entryY=0;entryDx=0;entryDy=0;exitX=0.75;exitY=1;exitDx=0;exitDy=0;" edge="1" parent="1" source="832" target="947">
+                 <mxCell id="959" value="1" style="resizable=0;html=1;align=left;verticalAlign=bottom;labelBackgroundColor=none;fontSize=11;" parent="958" connectable="0" vertex="1">
+                     <mxGeometry x="-1" relative="1" as="geometry">
+                         <mxPoint y="14" as="offset"/>
+                     </mxGeometry>
+                 </mxCell>
+                 <mxCell id="960" value="*" style="resizable=0;html=1;align=right;verticalAlign=bottom;labelBackgroundColor=none;fontSize=11;" parent="958" connectable="0" vertex="1">
+                     <mxGeometry x="1" relative="1" as="geometry">
+                         <mxPoint as="offset"/>
+                     </mxGeometry>
+                 </mxCell>
+                 <mxCell id="961" value="" style="edgeStyle=orthogonalEdgeStyle;endArrow=none;endFill=0;startArrow=diamondThin;startFill=1;entryX=0.75;entryY=0;entryDx=0;entryDy=0;exitX=0.75;exitY=1;exitDx=0;exitDy=0;" parent="1" source="832" target="947" edge="1">
                    <mxGeometry relative="1" as="geometry">
                        <Array as="points">
                            <mxPoint x="990" y="660"/>
                            <mxPoint x="1080" y="660"/>
                            <mxPoint x="1080" y="800"/>
                            <mxPoint x="990" y="800"/>
                        </Array>
                        <mxPoint x="795" y="286" as="sourcePoint"/>
                        <mxPoint x="860" y="827" as="targetPoint"/>
                    </mxGeometry>
                </mxCell>
-                 <mxCell id="962" value="1" style="resizable=0;html=1;align=left;verticalAlign=bottom;labelBackgroundColor=none;fontSize=11;" connectable="0" vertex="1" parent="961">
-                     <mxGeometry x="-1" relative="1" as="geometry">
-                         <mxPoint y="14" as="offset"/>
-                     </mxGeometry>
-                 </mxCell>
-                 <mxCell id="963" value="*" style="resizable=0;html=1;align=right;verticalAlign=bottom;labelBackgroundColor=none;fontSize=11;" connectable="0" vertex="1" parent="961">
-                     <mxGeometry x="1" relative="1" as="geometry">
-                         <mxPoint as="offset"/>
-                     </mxGeometry>
-                 </mxCell>
-                 <mxCell id="965" value="" style="edgeStyle=orthogonalEdgeStyle;endArrow=none;endFill=0;startArrow=diamondThin;startFill=1;entryX=0;entryY=0;entryDx=0;entryDy=0;exitX=0.5;exitY=1;exitDx=0;exitDy=0;" edge="1" parent="1" source="822" target="947">
+                 <mxCell id="962" value="1" style="resizable=0;html=1;align=left;verticalAlign=bottom;labelBackgroundColor=none;fontSize=11;" parent="961" connectable="0" vertex="1">
+                     <mxGeometry x="-1" relative="1" as="geometry">
+                         <mxPoint y="14" as="offset"/>
+                     </mxGeometry>
+                 </mxCell>
+                 <mxCell id="963" value="*" style="resizable=0;html=1;align=right;verticalAlign=bottom;labelBackgroundColor=none;fontSize=11;" parent="961" connectable="0" vertex="1">
+                     <mxGeometry x="1" relative="1" as="geometry">
+                         <mxPoint as="offset"/>
+                     </mxGeometry>
+                 </mxCell>
+                 <mxCell id="965" value="" style="edgeStyle=orthogonalEdgeStyle;endArrow=none;endFill=0;startArrow=diamondThin;startFill=1;entryX=0;entryY=0;entryDx=0;entryDy=0;exitX=0.5;exitY=1;exitDx=0;exitDy=0;" parent="1" source="822" target="947" edge="1">
                    <mxGeometry relative="1" as="geometry">
                        <Array as="points">
                            <mxPoint x="560" y="817"/>
                        </Array>
                        <mxPoint x="795" y="286" as="sourcePoint"/>
                        <mxPoint x="860" y="827" as="targetPoint"/>
                    </mxGeometry>
                </mxCell>
-                 <mxCell id="966" value="1" style="resizable=0;html=1;align=left;verticalAlign=bottom;labelBackgroundColor=none;fontSize=11;" connectable="0" vertex="1" parent="965">
-                     <mxGeometry x="-1" relative="1" as="geometry">
-                         <mxPoint y="14" as="offset"/>
-                     </mxGeometry>
-                 </mxCell>
-                 <mxCell id="967" value="*" style="resizable=0;html=1;align=right;verticalAlign=bottom;labelBackgroundColor=none;fontSize=11;" connectable="0" vertex="1" parent="965">
+                 <mxCell id="966" value="1" style="resizable=0;html=1;align=left;verticalAlign=bottom;labelBackgroundColor=none;fontSize=11;" parent="965" connectable="0" vertex="1">
+                     <mxGeometry x="-1" relative="1" as="geometry">
+                         <mxPoint y="14" as="offset"/>
+                     </mxGeometry>
+                 </mxCell>
+                 <mxCell id="967" value="*" style="resizable=0;html=1;align=right;verticalAlign=bottom;labelBackgroundColor=none;fontSize=11;" parent="965" connectable="0" vertex="1">
                    <mxGeometry x="1" relative="1" as="geometry">
                        <mxPoint as="offset"/>
                    </mxGeometry>
                </mxCell>
            </root>
        </mxGraphModel>
    </diagram>
</mxfile>
